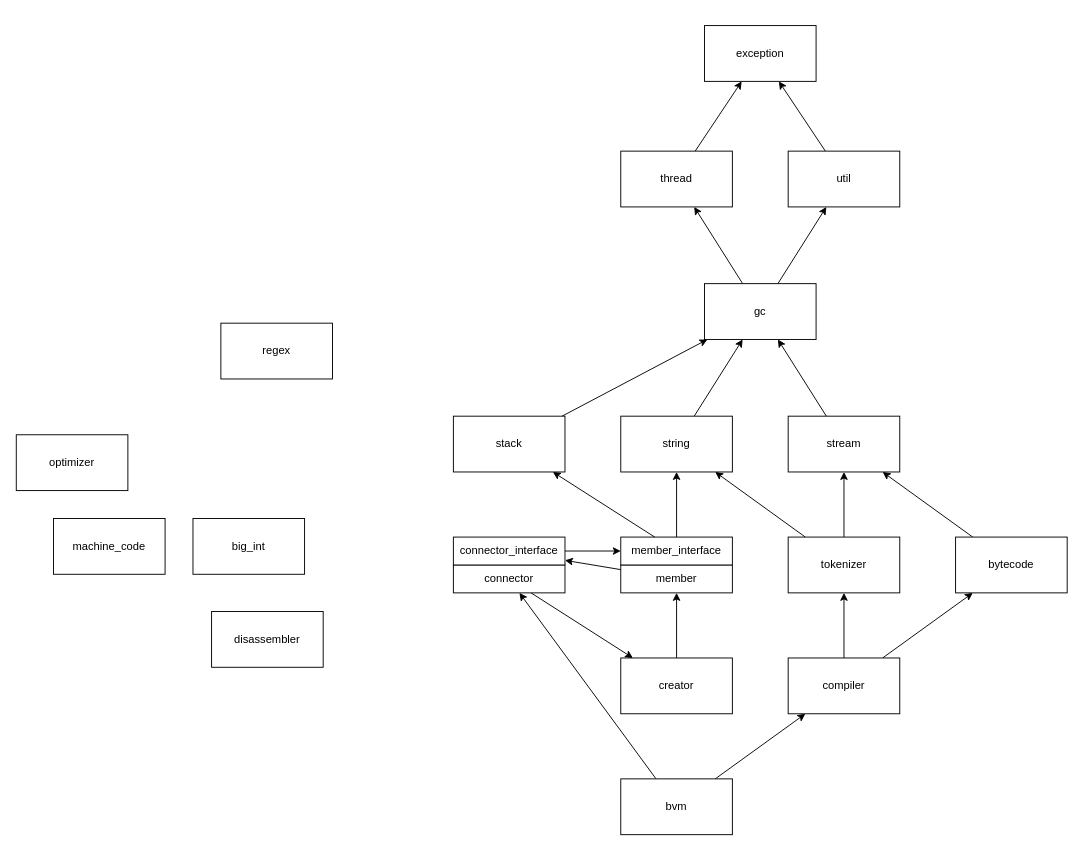
Earlier version of the draw.io diagram page "Dependencies" (3 of 4) of Components.drawio (bialang/bia). Source tidied: cells renumbered, new cells numbered last; positions are measured from the earlier drawing's top-left corner, leaving out a move shared by most shapes. Both pictures are drawn from the tidied source at 93%, with x=0, y=0 at pixel (16, 25).
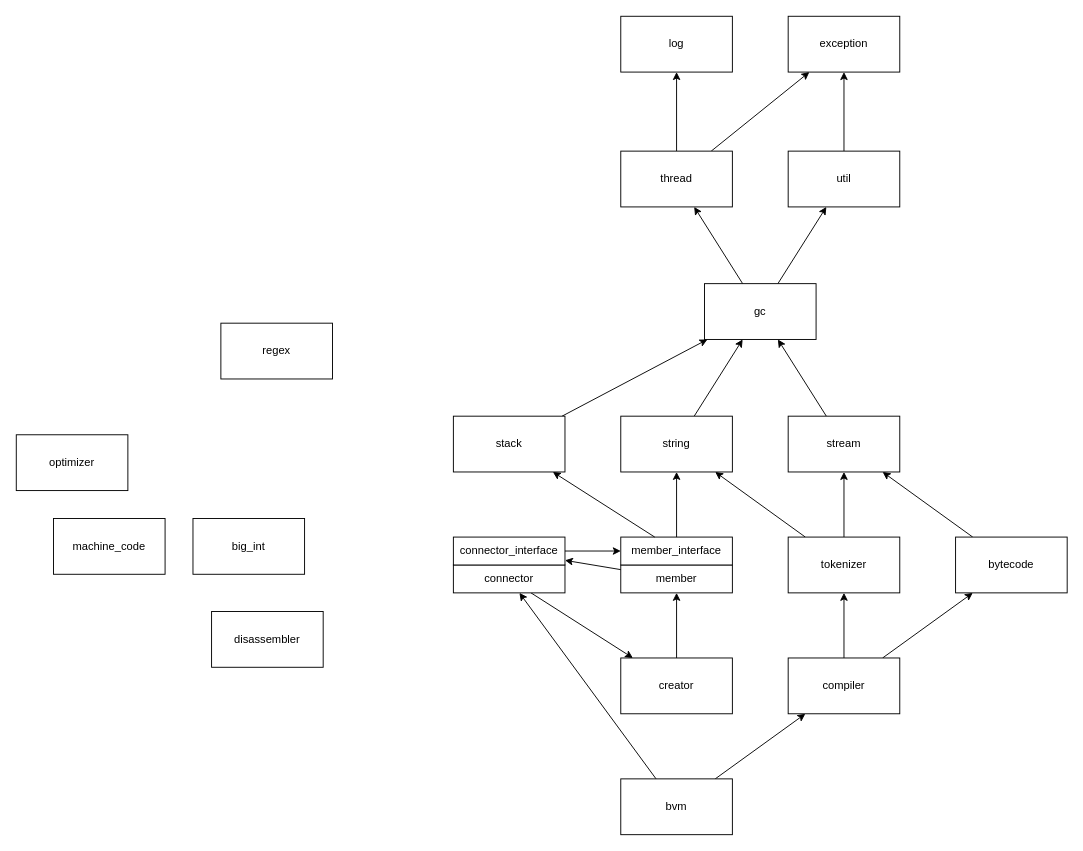
The same page after the edit.

The change refers to these unchanged cells:
```xml
<mxCell id="7" value="thread" style="rounded=0;whiteSpace=wrap;html=1;" parent="1" vertex="1">
  <mxGeometry x="650" y="135" width="120" height="60" as="geometry" />
</mxCell>
```

Change to the diagram source:
```diff
@@
     <mxCell id="2" value="exception" style="rounded=0;whiteSpace=wrap;html=1;" parent="1" vertex="1">
-      <mxGeometry x="740" width="120" height="60" as="geometry" />
+      <mxGeometry x="830" y="-10" width="120" height="60" as="geometry" />
     </mxCell>
@@
+    <mxCell id="44" style="edgeStyle=orthogonalEdgeStyle;rounded=0;jettySize=auto;html=1;" parent="1" edge="1" source="7" target="45">
+      <mxGeometry relative="1" as="geometry" />
+    </mxCell>
@@
+    <mxCell id="45" value="log" style="rounded=0;whiteSpace=wrap;html=1;" parent="1" vertex="1">
+      <mxGeometry x="650" y="-10" width="120" height="60" as="geometry" />
+    </mxCell>
```
